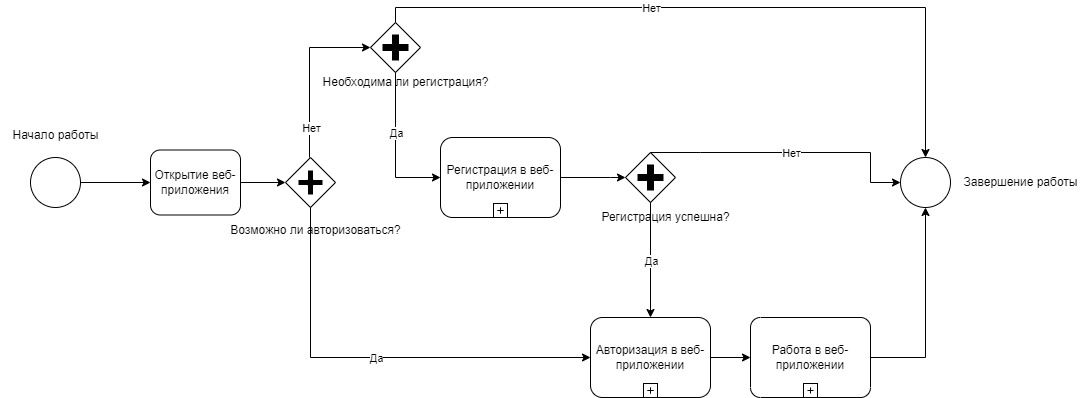
This is images/Enter.png from DibrovDru/Architecture.1, a draw.io export, as it was before one commit. Source tidied: cells renumbered, new cells last; positions are measured from the earlier drawing's top-left corner, leaving out a move shared by most shapes. The source it was exported from:
```xml
<mxGraphModel>
  <root>
    <mxCell id="0" />
    <mxCell id="1" parent="0" />
    <mxCell id="2" value="Открытие веб-приложения" style="shape=ext;rounded=1;html=1;whiteSpace=wrap;" parent="1" vertex="1">
      <mxGeometry x="150" y="142.5" width="90" height="65" as="geometry" />
    </mxCell>
    <mxCell id="3" style="shape=mxgraph.bpmn.shape;html=1;verticalLabelPosition=bottom;labelBackgroundColor=#ffffff;verticalAlign=top;perimeter=rhombusPerimeter;background=gateway;outline=none;symbol=parallelGw;" parent="1" vertex="1">
      <mxGeometry x="285" y="150" width="50" height="50" as="geometry" />
    </mxCell>
    <mxCell id="4" value="Авторизация в веб- приложении" style="html=1;whiteSpace=wrap;rounded=1;" parent="1" vertex="1">
      <mxGeometry x="590" y="310" width="120" height="80" as="geometry" />
    </mxCell>
    <mxCell id="5" style="html=1;shape=plus;" parent="4" vertex="1">
      <mxGeometry x="0.5" y="1" width="14" height="14" relative="1" as="geometry">
        <mxPoint x="-7" y="-14" as="offset" />
      </mxGeometry>
    </mxCell>
    <mxCell id="6" style="edgeStyle=orthogonalEdgeStyle;rounded=0;html=1;jettySize=auto;" parent="1" edge="1" source="2" target="3">
      <mxGeometry relative="1" as="geometry" />
    </mxCell>
    <mxCell id="7" style="edgeStyle=orthogonalEdgeStyle;rounded=0;html=1;jettySize=auto;exitX=1;exitY=0.5;exitDx=0;exitDy=0;entryX=0;entryY=0.5;entryDx=0;entryDy=0;entryPerimeter=0;" parent="1" edge="1" source="4" target="15">
      <mxGeometry relative="1" as="geometry" />
    </mxCell>
    <mxCell id="8" style="shape=mxgraph.bpmn.shape;html=1;verticalLabelPosition=bottom;labelBackgroundColor=#ffffff;verticalAlign=top;perimeter=ellipsePerimeter;outline=standard;symbol=general;" parent="1" vertex="1">
      <mxGeometry x="30" y="150" width="50" height="50" as="geometry" />
    </mxCell>
    <mxCell id="9" style="edgeStyle=orthogonalEdgeStyle;rounded=0;html=1;jettySize=auto;exitX=1;exitY=0.5;exitDx=0;exitDy=0;entryX=0;entryY=0.5;entryDx=0;entryDy=0;" parent="1" edge="1" source="8" target="2">
      <mxGeometry relative="1" as="geometry" />
    </mxCell>
    <mxCell id="10" value="Возможно ли авторизоваться?" style="text;html=1;align=center;verticalAlign=middle;strokeColor=none;fillColor=none;" parent="1" vertex="1">
      <mxGeometry x="220" y="207.5" width="190" height="30" as="geometry" />
    </mxCell>
    <mxCell id="11" style="endArrow=classic;html=1;rounded=0;exitX=0.5;exitY=1;exitDx=0;exitDy=0;entryX=0;entryY=0.5;entryDx=0;entryDy=0;" parent="1" edge="1" source="3" target="4">
      <mxGeometry relative="1" as="geometry">
        <Array as="points">
          <mxPoint x="310" y="350" />
        </Array>
      </mxGeometry>
    </mxCell>
    <mxCell id="12" value="Да" style="edgeLabel;html=1;align=center;verticalAlign=middle;" parent="11" vertex="1">
      <mxGeometry relative="1" as="geometry" />
    </mxCell>
    <mxCell id="13" style="endArrow=classic;html=1;rounded=0;" parent="1" edge="1" target="18">
      <mxGeometry relative="1" as="geometry">
        <mxPoint x="309" y="150" as="sourcePoint" />
        <Array as="points">
          <mxPoint x="309" y="40" />
        </Array>
      </mxGeometry>
    </mxCell>
    <mxCell id="14" value="Нет" style="edgeLabel;html=1;align=center;verticalAlign=middle;" parent="13" vertex="1">
      <mxGeometry relative="1" as="geometry">
        <mxPoint x="1" y="56" as="offset" />
      </mxGeometry>
    </mxCell>
    <mxCell id="15" value="Работа в веб-приложении" style="points=[[0.25,0,0],[0.5,0,0],[0.75,0,0],[1,0.25,0],[1,0.5,0],[1,0.75,0],[0.75,1,0],[0.5,1,0],[0.25,1,0],[0,0.75,0],[0,0.5,0],[0,0.25,0]];shape=mxgraph.bpmn.task;whiteSpace=wrap;rectStyle=rounded;size=10;html=1;taskMarker=abstract;isLoopSub=1;" parent="1" vertex="1">
      <mxGeometry x="750" y="310" width="120" height="80" as="geometry" />
    </mxCell>
    <mxCell id="16" value="Регистрация в веб- приложении" style="html=1;whiteSpace=wrap;rounded=1;" parent="1" vertex="1">
      <mxGeometry x="440" y="130" width="120" height="80" as="geometry" />
    </mxCell>
    <mxCell id="17" style="html=1;shape=plus;" parent="16" vertex="1">
      <mxGeometry x="0.5" y="1" width="14" height="14" relative="1" as="geometry">
        <mxPoint x="-7" y="-14" as="offset" />
      </mxGeometry>
    </mxCell>
    <mxCell id="18" style="points=[[0.25,0.25,0],[0.5,0,0],[0.75,0.25,0],[1,0.5,0],[0.75,0.75,0],[0.5,1,0],[0.25,0.75,0],[0,0.5,0]];shape=mxgraph.bpmn.gateway2;html=1;verticalLabelPosition=bottom;labelBackgroundColor=#ffffff;verticalAlign=top;align=center;perimeter=rhombusPerimeter;outlineConnect=0;outline=none;symbol=none;gwType=parallel;" parent="1" vertex="1">
      <mxGeometry x="370" y="15" width="50" height="50" as="geometry" />
    </mxCell>
    <mxCell id="19" value="Необходима ли регистрация?" style="text;html=1;align=center;verticalAlign=middle;strokeColor=none;fillColor=none;" parent="1" vertex="1">
      <mxGeometry x="310" y="60" width="190" height="30" as="geometry" />
    </mxCell>
    <mxCell id="20" style="endArrow=classic;html=1;rounded=0;exitX=0.5;exitY=1;exitDx=0;exitDy=0;exitPerimeter=0;entryX=0;entryY=0.5;entryDx=0;entryDy=0;" parent="1" edge="1" source="18" target="16">
      <mxGeometry relative="1" as="geometry">
        <Array as="points">
          <mxPoint x="395" y="170" />
        </Array>
      </mxGeometry>
    </mxCell>
    <mxCell id="21" value="Да" style="edgeLabel;html=1;align=center;verticalAlign=middle;" parent="20" vertex="1">
      <mxGeometry relative="1" as="geometry">
        <mxPoint y="-15" as="offset" />
      </mxGeometry>
    </mxCell>
    <mxCell id="22" style="endArrow=classic;html=1;rounded=0;exitX=0.5;exitY=0;exitDx=0;exitDy=0;exitPerimeter=0;entryX=0.5;entryY=0;entryDx=0;entryDy=0;entryPerimeter=0;" parent="1" edge="1" source="18" target="28">
      <mxGeometry relative="1" as="geometry">
        <Array as="points">
          <mxPoint x="395" />
          <mxPoint x="925" />
        </Array>
      </mxGeometry>
    </mxCell>
    <mxCell id="23" value="Нет" style="edgeLabel;html=1;align=center;verticalAlign=middle;" parent="22" vertex="1">
      <mxGeometry relative="1" as="geometry">
        <mxPoint x="-78" as="offset" />
      </mxGeometry>
    </mxCell>
    <mxCell id="24" style="endArrow=classic;html=1;rounded=0;exitX=1;exitY=0.5;exitDx=0;exitDy=0;entryX=0;entryY=0.5;entryDx=0;entryDy=0;entryPerimeter=0;" parent="1" edge="1" source="16" target="25">
      <mxGeometry relative="1" as="geometry">
        <Array as="points">
          <mxPoint x="610" y="170" />
        </Array>
      </mxGeometry>
    </mxCell>
    <mxCell id="25" style="points=[[0.25,0.25,0],[0.5,0,0],[0.75,0.25,0],[1,0.5,0],[0.75,0.75,0],[0.5,1,0],[0.25,0.75,0],[0,0.5,0]];shape=mxgraph.bpmn.gateway2;html=1;verticalLabelPosition=bottom;labelBackgroundColor=#ffffff;verticalAlign=top;align=center;perimeter=rhombusPerimeter;outlineConnect=0;outline=none;symbol=none;gwType=parallel;" parent="1" vertex="1">
      <mxGeometry x="625" y="145" width="50" height="50" as="geometry" />
    </mxCell>
    <mxCell id="26" style="endArrow=classic;html=1;rounded=0;exitX=0.5;exitY=1;exitDx=0;exitDy=0;exitPerimeter=0;entryX=0.5;entryY=0;entryDx=0;entryDy=0;" parent="1" edge="1" source="25" target="4">
      <mxGeometry relative="1" as="geometry" />
    </mxCell>
    <mxCell id="27" value="Да" style="edgeLabel;html=1;align=center;verticalAlign=middle;" parent="26" vertex="1">
      <mxGeometry relative="1" as="geometry" />
    </mxCell>
    <mxCell id="28" style="points=[[0.145,0.145,0],[0.5,0,0],[0.855,0.145,0],[1,0.5,0],[0.855,0.855,0],[0.5,1,0],[0.145,0.855,0],[0,0.5,0]];shape=mxgraph.bpmn.event;html=1;verticalLabelPosition=bottom;labelBackgroundColor=#ffffff;verticalAlign=top;align=center;perimeter=ellipsePerimeter;outlineConnect=0;outline=standard;symbol=general;" parent="1" vertex="1">
      <mxGeometry x="900" y="150" width="50" height="50" as="geometry" />
    </mxCell>
    <mxCell id="29" value="Регистрация успешна?" style="text;html=1;align=center;verticalAlign=middle;strokeColor=none;fillColor=none;" parent="1" vertex="1">
      <mxGeometry x="590" y="195" width="150" height="30" as="geometry" />
    </mxCell>
    <mxCell id="30" style="endArrow=classic;html=1;rounded=0;exitX=0.5;exitY=0;exitDx=0;exitDy=0;exitPerimeter=0;entryX=0;entryY=0.5;entryDx=0;entryDy=0;entryPerimeter=0;" parent="1" edge="1" source="25" target="28">
      <mxGeometry relative="1" as="geometry">
        <Array as="points">
          <mxPoint x="700" y="145" />
          <mxPoint x="870" y="145" />
          <mxPoint x="870" y="175" />
        </Array>
      </mxGeometry>
    </mxCell>
    <mxCell id="31" value="Нет" style="edgeLabel;html=1;align=center;verticalAlign=middle;" parent="30" vertex="1">
      <mxGeometry relative="1" as="geometry" />
    </mxCell>
    <mxCell id="32" style="endArrow=classic;html=1;rounded=0;exitX=1;exitY=0.5;exitDx=0;exitDy=0;exitPerimeter=0;entryX=0.5;entryY=1;entryDx=0;entryDy=0;entryPerimeter=0;" parent="1" edge="1" source="15" target="28">
      <mxGeometry relative="1" as="geometry">
        <Array as="points">
          <mxPoint x="925" y="350" />
        </Array>
      </mxGeometry>
    </mxCell>
    <mxCell id="33" value="Начало работы" style="text;html=1;align=center;verticalAlign=middle;strokeColor=none;fillColor=none;" parent="1" vertex="1">
      <mxGeometry y="112.5" width="110" height="30" as="geometry" />
    </mxCell>
    <mxCell id="34" value="Завершение работы" style="text;html=1;align=center;verticalAlign=middle;strokeColor=none;fillColor=none;" parent="1" vertex="1">
      <mxGeometry x="950" y="160" width="140" height="30" as="geometry" />
    </mxCell>
  </root>
</mxGraphModel>
```
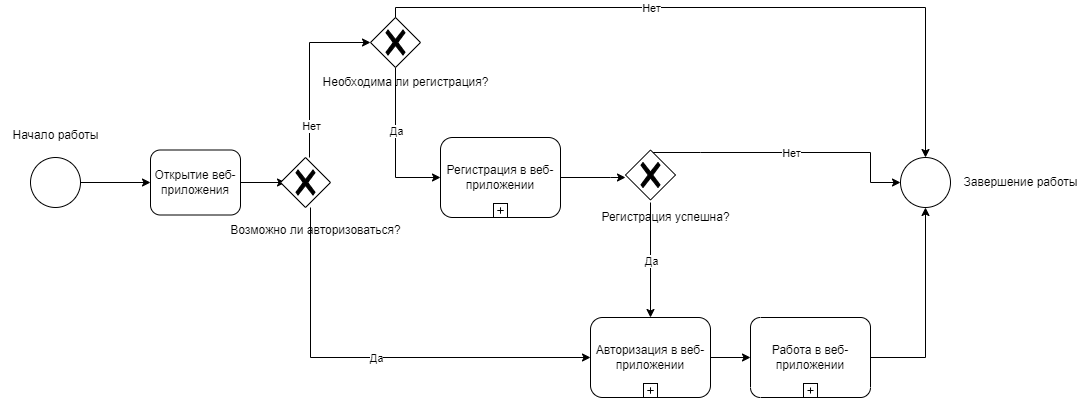
The same diagram one commit later.

What changed in the source:
```diff
@@ -5,9 +5,6 @@
     <mxCell id="2" value="Открытие веб-приложения" style="shape=ext;rounded=1;html=1;whiteSpace=wrap;" parent="1" vertex="1">
       <mxGeometry x="150" y="142.5" width="90" height="65" as="geometry" />
     </mxCell>
-    <mxCell id="3" style="shape=mxgraph.bpmn.shape;html=1;verticalLabelPosition=bottom;labelBackgroundColor=#ffffff;verticalAlign=top;perimeter=rhombusPerimeter;background=gateway;outline=none;symbol=parallelGw;" parent="1" vertex="1">
-      <mxGeometry x="285" y="150" width="50" height="50" as="geometry" />
-    </mxCell>
     <mxCell id="4" value="Авторизация в веб- приложении" style="html=1;whiteSpace=wrap;rounded=1;" parent="1" vertex="1">
       <mxGeometry x="590" y="310" width="120" height="80" as="geometry" />
     </mxCell>
@@ -16,8 +13,10 @@
         <mxPoint x="-7" y="-14" as="offset" />
       </mxGeometry>
     </mxCell>
-    <mxCell id="6" style="edgeStyle=orthogonalEdgeStyle;rounded=0;html=1;jettySize=auto;" parent="1" edge="1" source="2" target="3">
-      <mxGeometry relative="1" as="geometry" />
+    <mxCell id="6" style="edgeStyle=orthogonalEdgeStyle;rounded=0;html=1;jettySize=auto;" parent="1" edge="1" source="2">
+      <mxGeometry relative="1" as="geometry">
+        <mxPoint x="285" y="175" as="targetPoint" />
+      </mxGeometry>
     </mxCell>
     <mxCell id="7" style="edgeStyle=orthogonalEdgeStyle;rounded=0;html=1;jettySize=auto;exitX=1;exitY=0.5;exitDx=0;exitDy=0;entryX=0;entryY=0.5;entryDx=0;entryDy=0;entryPerimeter=0;" parent="1" edge="1" source="4" target="15">
       <mxGeometry relative="1" as="geometry" />
@@ -31,8 +30,9 @@
     <mxCell id="10" value="Возможно ли авторизоваться?" style="text;html=1;align=center;verticalAlign=middle;strokeColor=none;fillColor=none;" parent="1" vertex="1">
       <mxGeometry x="220" y="207.5" width="190" height="30" as="geometry" />
     </mxCell>
-    <mxCell id="11" style="endArrow=classic;html=1;rounded=0;exitX=0.5;exitY=1;exitDx=0;exitDy=0;entryX=0;entryY=0.5;entryDx=0;entryDy=0;" parent="1" edge="1" source="3" target="4">
+    <mxCell id="11" style="endArrow=classic;html=1;rounded=0;exitX=0.5;exitY=1;exitDx=0;exitDy=0;entryX=0;entryY=0.5;entryDx=0;entryDy=0;" parent="1" edge="1" target="4">
       <mxGeometry relative="1" as="geometry">
+        <mxPoint x="310" y="200" as="sourcePoint" />
         <Array as="points">
           <mxPoint x="310" y="350" />
         </Array>
@@ -41,11 +41,11 @@
     <mxCell id="12" value="Да" style="edgeLabel;html=1;align=center;verticalAlign=middle;" parent="11" vertex="1">
       <mxGeometry relative="1" as="geometry" />
     </mxCell>
-    <mxCell id="13" style="endArrow=classic;html=1;rounded=0;" parent="1" edge="1" target="18">
+    <mxCell id="13" style="endArrow=classic;html=1;rounded=0;entryX=0;entryY=0.5;entryDx=0;entryDy=0;entryPerimeter=0;" parent="1" edge="1" target="36">
       <mxGeometry relative="1" as="geometry">
         <mxPoint x="309" y="150" as="sourcePoint" />
         <Array as="points">
-          <mxPoint x="309" y="40" />
+          <mxPoint x="309" y="35" />
         </Array>
       </mxGeometry>
     </mxCell>
@@ -65,13 +65,10 @@
         <mxPoint x="-7" y="-14" as="offset" />
       </mxGeometry>
     </mxCell>
-    <mxCell id="18" style="points=[[0.25,0.25,0],[0.5,0,0],[0.75,0.25,0],[1,0.5,0],[0.75,0.75,0],[0.5,1,0],[0.25,0.75,0],[0,0.5,0]];shape=mxgraph.bpmn.gateway2;html=1;verticalLabelPosition=bottom;labelBackgroundColor=#ffffff;verticalAlign=top;align=center;perimeter=rhombusPerimeter;outlineConnect=0;outline=none;symbol=none;gwType=parallel;" parent="1" vertex="1">
-      <mxGeometry x="370" y="15" width="50" height="50" as="geometry" />
-    </mxCell>
     <mxCell id="19" value="Необходима ли регистрация?" style="text;html=1;align=center;verticalAlign=middle;strokeColor=none;fillColor=none;" parent="1" vertex="1">
       <mxGeometry x="310" y="60" width="190" height="30" as="geometry" />
     </mxCell>
-    <mxCell id="20" style="endArrow=classic;html=1;rounded=0;exitX=0.5;exitY=1;exitDx=0;exitDy=0;exitPerimeter=0;entryX=0;entryY=0.5;entryDx=0;entryDy=0;" parent="1" edge="1" source="18" target="16">
+    <mxCell id="20" style="endArrow=classic;html=1;rounded=0;exitX=0.5;exitY=1;exitDx=0;exitDy=0;exitPerimeter=0;entryX=0;entryY=0.5;entryDx=0;entryDy=0;" parent="1" edge="1" source="36" target="16">
       <mxGeometry relative="1" as="geometry">
         <Array as="points">
           <mxPoint x="395" y="170" />
@@ -83,8 +80,9 @@
         <mxPoint y="-15" as="offset" />
       </mxGeometry>
     </mxCell>
-    <mxCell id="22" style="endArrow=classic;html=1;rounded=0;exitX=0.5;exitY=0;exitDx=0;exitDy=0;exitPerimeter=0;entryX=0.5;entryY=0;entryDx=0;entryDy=0;entryPerimeter=0;" parent="1" edge="1" source="18" target="28">
+    <mxCell id="22" style="endArrow=classic;html=1;rounded=0;exitX=0.5;exitY=0;exitDx=0;exitDy=0;exitPerimeter=0;entryX=0.5;entryY=0;entryDx=0;entryDy=0;entryPerimeter=0;" parent="1" edge="1" target="28">
       <mxGeometry relative="1" as="geometry">
+        <mxPoint x="395" y="15" as="sourcePoint" />
         <Array as="points">
           <mxPoint x="395" />
           <mxPoint x="925" />
@@ -96,18 +94,18 @@
         <mxPoint x="-78" as="offset" />
       </mxGeometry>
     </mxCell>
-    <mxCell id="24" style="endArrow=classic;html=1;rounded=0;exitX=1;exitY=0.5;exitDx=0;exitDy=0;entryX=0;entryY=0.5;entryDx=0;entryDy=0;entryPerimeter=0;" parent="1" edge="1" source="16" target="25">
+    <mxCell id="24" style="endArrow=classic;html=1;rounded=0;exitX=1;exitY=0.5;exitDx=0;exitDy=0;entryX=0;entryY=0.5;entryDx=0;entryDy=0;entryPerimeter=0;" parent="1" edge="1" source="16">
       <mxGeometry relative="1" as="geometry">
+        <mxPoint x="625" y="170" as="targetPoint" />
         <Array as="points">
           <mxPoint x="610" y="170" />
         </Array>
       </mxGeometry>
     </mxCell>
-    <mxCell id="25" style="points=[[0.25,0.25,0],[0.5,0,0],[0.75,0.25,0],[1,0.5,0],[0.75,0.75,0],[0.5,1,0],[0.25,0.75,0],[0,0.5,0]];shape=mxgraph.bpmn.gateway2;html=1;verticalLabelPosition=bottom;labelBackgroundColor=#ffffff;verticalAlign=top;align=center;perimeter=rhombusPerimeter;outlineConnect=0;outline=none;symbol=none;gwType=parallel;" parent="1" vertex="1">
-      <mxGeometry x="625" y="145" width="50" height="50" as="geometry" />
-    </mxCell>
-    <mxCell id="26" style="endArrow=classic;html=1;rounded=0;exitX=0.5;exitY=1;exitDx=0;exitDy=0;exitPerimeter=0;entryX=0.5;entryY=0;entryDx=0;entryDy=0;" parent="1" edge="1" source="25" target="4">
-      <mxGeometry relative="1" as="geometry" />
+    <mxCell id="26" style="endArrow=classic;html=1;rounded=0;exitX=0.5;exitY=1;exitDx=0;exitDy=0;exitPerimeter=0;entryX=0.5;entryY=0;entryDx=0;entryDy=0;" parent="1" edge="1" target="4">
+      <mxGeometry relative="1" as="geometry">
+        <mxPoint x="650" y="195" as="sourcePoint" />
+      </mxGeometry>
     </mxCell>
     <mxCell id="27" value="Да" style="edgeLabel;html=1;align=center;verticalAlign=middle;" parent="26" vertex="1">
       <mxGeometry relative="1" as="geometry" />
@@ -118,8 +116,9 @@
     <mxCell id="29" value="Регистрация успешна?" style="text;html=1;align=center;verticalAlign=middle;strokeColor=none;fillColor=none;" parent="1" vertex="1">
       <mxGeometry x="590" y="195" width="150" height="30" as="geometry" />
     </mxCell>
-    <mxCell id="30" style="endArrow=classic;html=1;rounded=0;exitX=0.5;exitY=0;exitDx=0;exitDy=0;exitPerimeter=0;entryX=0;entryY=0.5;entryDx=0;entryDy=0;entryPerimeter=0;" parent="1" edge="1" source="25" target="28">
+    <mxCell id="30" style="endArrow=classic;html=1;rounded=0;exitX=0.5;exitY=0;exitDx=0;exitDy=0;exitPerimeter=0;entryX=0;entryY=0.5;entryDx=0;entryDy=0;entryPerimeter=0;" parent="1" edge="1" target="28">
       <mxGeometry relative="1" as="geometry">
+        <mxPoint x="650" y="145" as="sourcePoint" />
         <Array as="points">
           <mxPoint x="700" y="145" />
           <mxPoint x="870" y="145" />
@@ -143,5 +142,14 @@
     <mxCell id="34" value="Завершение работы" style="text;html=1;align=center;verticalAlign=middle;strokeColor=none;fillColor=none;" parent="1" vertex="1">
       <mxGeometry x="950" y="160" width="140" height="30" as="geometry" />
     </mxCell>
+    <mxCell id="35" style="shape=mxgraph.bpmn.gateway2;html=1;verticalLabelPosition=bottom;labelBackgroundColor=#ffffff;verticalAlign=top;align=center;perimeter=rhombusPerimeter;outline=none;symbol=none;gwType=exclusive;" parent="1" vertex="1">
+      <mxGeometry x="280" y="150" width="50" height="50" as="geometry" />
+    </mxCell>
+    <mxCell id="36" style="points=[[0.25,0.25,0],[0.5,0,0],[0.75,0.25,0],[1,0.5,0],[0.75,0.75,0],[0.5,1,0],[0.25,0.75,0],[0,0.5,0]];shape=mxgraph.bpmn.gateway2;html=1;verticalLabelPosition=bottom;labelBackgroundColor=#ffffff;verticalAlign=top;align=center;perimeter=rhombusPerimeter;outlineConnect=0;outline=none;symbol=none;gwType=exclusive;" parent="1" vertex="1">
+      <mxGeometry x="370" y="10" width="50" height="50" as="geometry" />
+    </mxCell>
+    <mxCell id="37" style="shape=mxgraph.bpmn.gateway2;html=1;verticalLabelPosition=bottom;labelBackgroundColor=#ffffff;verticalAlign=top;align=center;perimeter=rhombusPerimeter;outline=none;symbol=none;gwType=exclusive;" parent="1" vertex="1">
+      <mxGeometry x="625" y="142.5" width="50" height="50" as="geometry" />
+    </mxCell>
   </root>
 </mxGraphModel>
```
